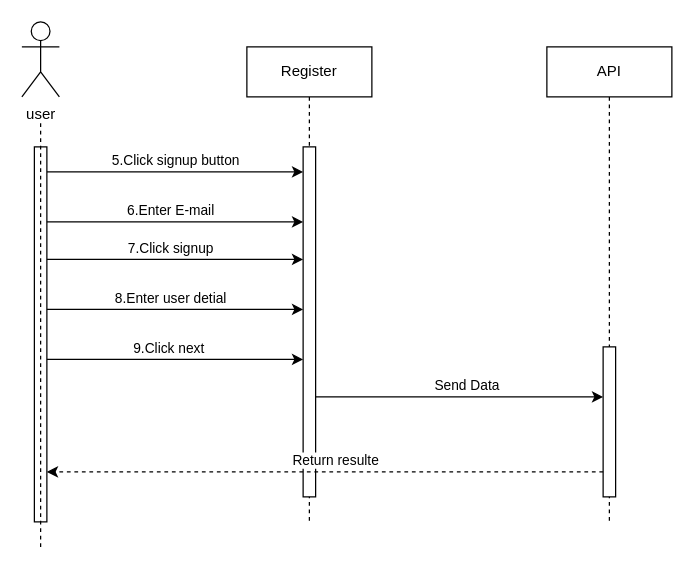
B-Chidsanu/project1 keeps this draw.io diagram as page "Register" (1 of 2) of sequence.drawio. Above is the earlier version. Source tidied: cells renumbered, new cells numbered last; positions are measured from the earlier drawing's top-left corner, leaving out a move shared by most shapes. Both pictures are drawn from the tidied source at 125%, with x=0, y=0 at pixel (21, 21).
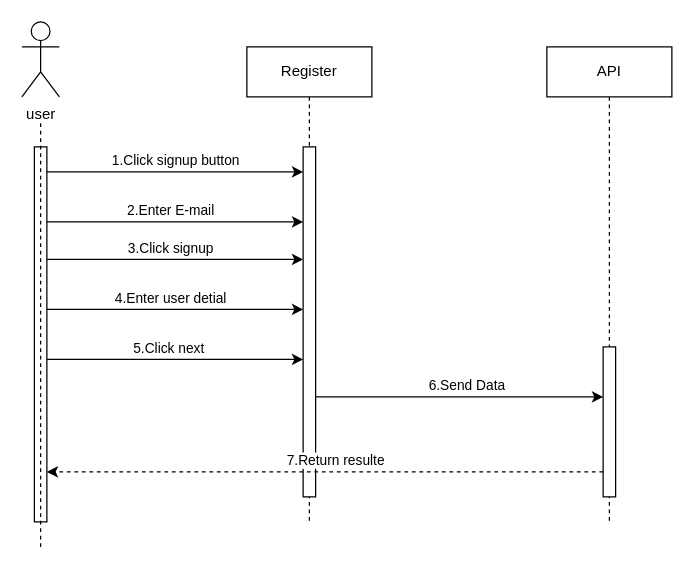
The same page after the edit.

Unchanged cells that the change refers to:
```xml
<mxCell id="3" style="edgeStyle=elbowEdgeStyle;rounded=0;jettySize=auto;html=1;elbow=vertical;curved=0;" parent="1" edge="1" source="5" target="8">
  <mxGeometry relative="1" as="geometry">
    <Array as="points">
      <mxPoint x="210" y="120" />
    </Array>
  </mxGeometry>
</mxCell>
<mxCell id="11" style="endArrow=classic;html=1;rounded=0;" parent="1" edge="1">
  <mxGeometry relative="1" as="geometry">
    <mxPoint x="20" y="160" as="sourcePoint" />
    <mxPoint x="225" y="160" as="targetPoint" />
  </mxGeometry>
</mxCell>
<mxCell id="13" style="endArrow=classic;html=1;rounded=0;" parent="1" edge="1">
  <mxGeometry relative="1" as="geometry">
    <mxPoint x="20" y="190" as="sourcePoint" />
    <mxPoint x="225" y="190" as="targetPoint" />
  </mxGeometry>
</mxCell>
<mxCell id="15" style="endArrow=classic;html=1;rounded=0;" parent="1" edge="1">
  <mxGeometry relative="1" as="geometry">
    <mxPoint x="20" y="230" as="sourcePoint" />
    <mxPoint x="225" y="230" as="targetPoint" />
  </mxGeometry>
</mxCell>
<mxCell id="17" style="endArrow=classic;html=1;rounded=0;" parent="1" edge="1">
  <mxGeometry relative="1" as="geometry">
    <mxPoint x="20" y="270" as="sourcePoint" />
    <mxPoint x="225" y="270" as="targetPoint" />
  </mxGeometry>
</mxCell>
<mxCell id="19" style="endArrow=classic;html=1;rounded=0;" parent="1" edge="1">
  <mxGeometry relative="1" as="geometry">
    <mxPoint x="235" y="300" as="sourcePoint" />
    <mxPoint x="465" y="300" as="targetPoint" />
  </mxGeometry>
</mxCell>
<mxCell id="21" style="endArrow=classic;html=1;rounded=0;dashed=1;" parent="1" edge="1" target="5">
  <mxGeometry relative="1" as="geometry">
    <mxPoint x="465" y="360" as="sourcePoint" />
  </mxGeometry>
</mxCell>
```

The edit, as a diff of the source:
```diff
@@
-    <mxCell id="4" value="5.Click signup button" style="edgeLabel;html=1;align=center;verticalAlign=middle;" parent="3" vertex="1">
+    <mxCell id="4" value="1.Click signup button" style="edgeLabel;html=1;align=center;verticalAlign=middle;" parent="3" vertex="1">
       <mxGeometry x="0.21" y="1" relative="1" as="geometry">
         <mxPoint x="-22" y="-9" as="offset" />
       </mxGeometry>
     </mxCell>
@@
-    <mxCell id="12" value="6.Enter E-mail" style="edgeLabel;html=1;align=center;verticalAlign=middle;" parent="11" vertex="1">
+    <mxCell id="12" value="2.Enter E-mail" style="edgeLabel;html=1;align=center;verticalAlign=middle;" parent="11" vertex="1">
       <mxGeometry x="0.19" relative="1" as="geometry">
         <mxPoint x="-24" y="-10" as="offset" />
       </mxGeometry>
     </mxCell>
@@
-    <mxCell id="14" value="7.Click signup" style="edgeLabel;html=1;align=center;verticalAlign=middle;" parent="13" vertex="1">
+    <mxCell id="14" value="3.Click signup" style="edgeLabel;html=1;align=center;verticalAlign=middle;" parent="13" vertex="1">
       <mxGeometry x="0.19" relative="1" as="geometry">
         <mxPoint x="-24" y="-10" as="offset" />
       </mxGeometry>
     </mxCell>
@@
-    <mxCell id="16" value="8.Enter user detial" style="edgeLabel;html=1;align=center;verticalAlign=middle;" parent="15" vertex="1">
+    <mxCell id="16" value="4.Enter user detial" style="edgeLabel;html=1;align=center;verticalAlign=middle;" parent="15" vertex="1">
       <mxGeometry x="0.19" relative="1" as="geometry">
         <mxPoint x="-24" y="-10" as="offset" />
       </mxGeometry>
     </mxCell>
@@
-    <mxCell id="18" value="9.Click next&amp;nbsp;" style="edgeLabel;html=1;align=center;verticalAlign=middle;" parent="17" vertex="1">
+    <mxCell id="18" value="5.Click next&amp;nbsp;" style="edgeLabel;html=1;align=center;verticalAlign=middle;" parent="17" vertex="1">
       <mxGeometry x="0.19" relative="1" as="geometry">
         <mxPoint x="-24" y="-10" as="offset" />
       </mxGeometry>
     </mxCell>
@@
-    <mxCell id="20" value="Send Data" style="edgeLabel;html=1;align=center;verticalAlign=middle;" parent="19" vertex="1">
+    <mxCell id="20" value="6.Send Data" style="edgeLabel;html=1;align=center;verticalAlign=middle;" parent="19" vertex="1">
       <mxGeometry x="0.04" y="-1" relative="1" as="geometry">
         <mxPoint y="-11" as="offset" />
       </mxGeometry>
     </mxCell>
@@
-    <mxCell id="22" value="Return resulte" style="edgeLabel;html=1;align=center;verticalAlign=middle;" parent="21" vertex="1">
+    <mxCell id="22" value="7.Return resulte" style="edgeLabel;html=1;align=center;verticalAlign=middle;" parent="21" vertex="1">
       <mxGeometry x="0.02" y="2" relative="1" as="geometry">
         <mxPoint x="12" y="-12" as="offset" />
       </mxGeometry>
     </mxCell>
```
